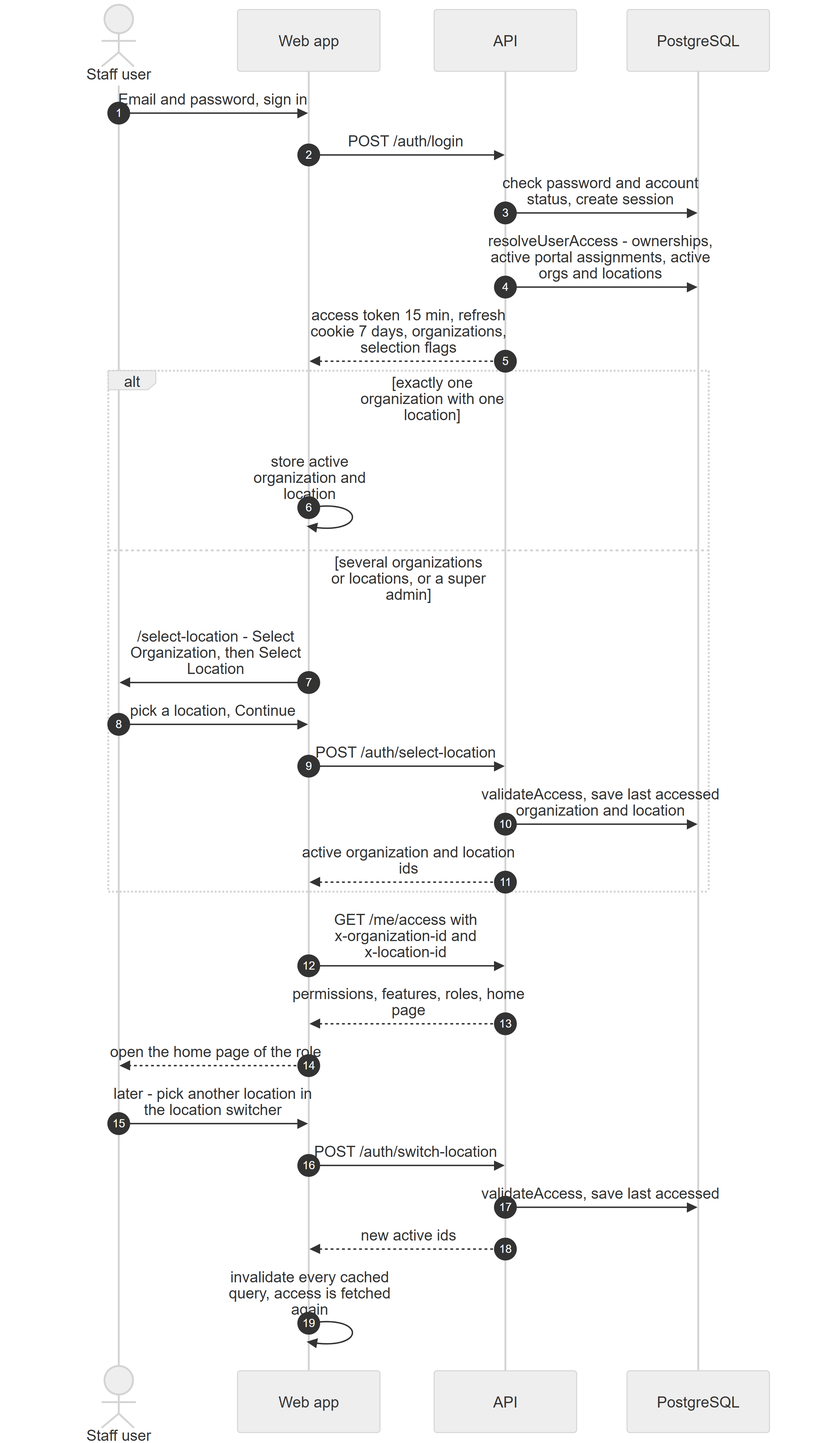
Above: docs/handbook/assets/diagrams/ch08-login-sequence.png in moinuddin2004/cms (Mermaid), before the change. Its source is kept beside it as docs/handbook/diagrams/ch08-login-sequence.mmd. Its diagram source:
```mermaid
sequenceDiagram
    actor User as Staff user
    participant Web as Web app
    participant API
    participant DB as PostgreSQL
    User->>Web: Email and password, sign in
    Web->>API: POST /auth/login
    API->>DB: check password and account status, create session
    API->>DB: resolveUserAccess - ownerships, active portal assignments, active orgs and locations
    API-->>Web: access token 15 min, refresh cookie 7 days, organizations, selection flags
    alt exactly one organization with one location
        Web->>Web: store active organization and location
    else several organizations or locations, or a super admin
        Web->>User: /select-location - Select Organization, then Select Location
        User->>Web: pick a location, Continue
        Web->>API: POST /auth/select-location
        API->>DB: validateAccess, save last accessed organization and location
        API-->>Web: active organization and location ids
    end
    Web->>API: GET /me/access with x-organization-id and x-location-id
    API-->>Web: permissions, features, roles, home page
    Web-->>User: open the home page of the role
    User->>Web: later - pick another location in the location switcher
    Web->>API: POST /auth/switch-location
    API->>DB: validateAccess, save last accessed
    API-->>Web: new active ids
    Web->>Web: invalidate every cached query, access is fetched again
```
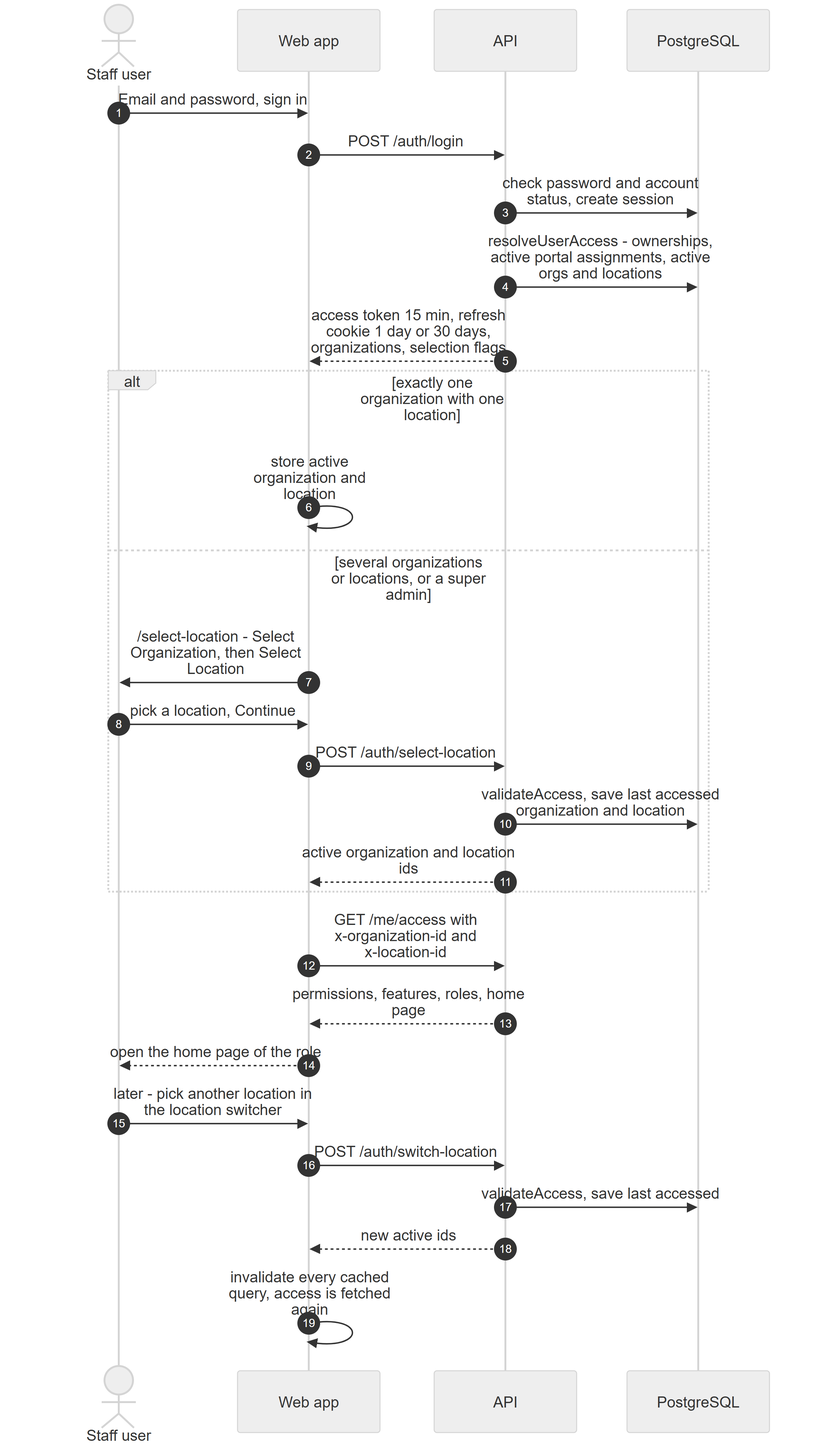
Above is the later version.

Change to the diagram source:
```diff
@@ -7,7 +7,7 @@
     Web->>API: POST /auth/login
     API->>DB: check password and account status, create session
     API->>DB: resolveUserAccess - ownerships, active portal assignments, active orgs and locations
-    API-->>Web: access token 15 min, refresh cookie 7 days, organizations, selection flags
+    API-->>Web: access token 15 min, refresh cookie 1 day or 30 days, organizations, selection flags
     alt exactly one organization with one location
         Web->>Web: store active organization and location
     else several organizations or locations, or a super admin
```
